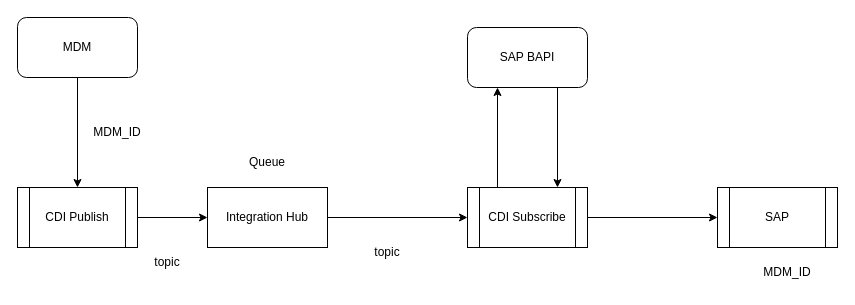
This is DSM.drawio from biswarup81/drawings, a draw.io file, before an edit. Source tidied: cells renumbered, new cells numbered last; positions are measured from the earlier drawing's top-left corner, leaving out a move shared by most shapes. Both pictures are drawn from the tidied source at 100%, with x=0, y=0 at pixel (17, 17).
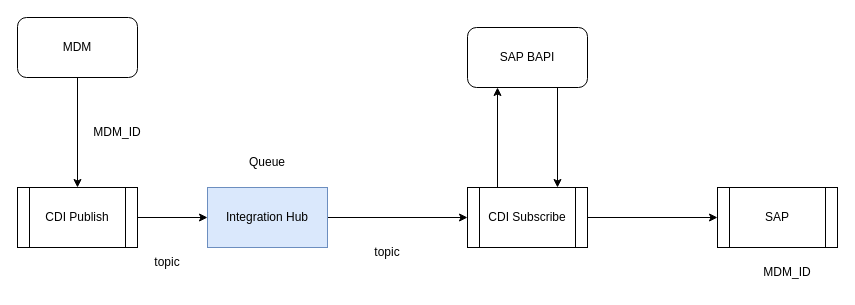
The same page after the edit.

Change to the diagram source:
```diff
@@
 <mxGraphModel>
   <root>
     <mxCell id="0" />
     <mxCell id="1" parent="0" />
     <mxCell id="2" style="edgeStyle=orthogonalEdgeStyle;rounded=0;jettySize=auto;html=1;" parent="1" edge="1" source="3" target="10">
       <mxGeometry relative="1" as="geometry" />
     </mxCell>
-    <mxCell id="3" value="Integration Hub" style="rounded=0;whiteSpace=wrap;html=1;" parent="1" vertex="1">
+    <mxCell id="3" value="Integration Hub" style="rounded=0;whiteSpace=wrap;html=1;fillColor=#dae8fc;strokeColor=#6c8ebf;" parent="1" vertex="1">
       <mxGeometry x="190" y="170" width="120" height="60" as="geometry" />
     </mxCell>
     <mxCell id="4" value="SAP" style="shape=process;whiteSpace=wrap;html=1;backgroundOutline=1;" parent="1" vertex="1">
       <mxGeometry x="700" y="170" width="120" height="60" as="geometry" />
     </mxCell>
     <mxCell id="5" style="edgeStyle=orthogonalEdgeStyle;rounded=0;jettySize=auto;html=1;" parent="1" edge="1" source="6" target="3">
       <mxGeometry relative="1" as="geometry" />
     </mxCell>
     <mxCell id="6" value="CDI Publish" style="shape=process;whiteSpace=wrap;html=1;backgroundOutline=1;" parent="1" vertex="1">
       <mxGeometry y="170" width="120" height="60" as="geometry" />
     </mxCell>
     <mxCell id="7" value="topic" style="text;html=1;align=center;verticalAlign=middle;whiteSpace=wrap;rounded=0;" parent="1" vertex="1">
       <mxGeometry x="120" y="230" width="60" height="30" as="geometry" />
     </mxCell>
     <mxCell id="8" style="edgeStyle=orthogonalEdgeStyle;rounded=0;jettySize=auto;html=1;exitX=0.25;exitY=0;exitDx=0;exitDy=0;entryX=0.25;entryY=1;entryDx=0;entryDy=0;" parent="1" edge="1" source="10" target="16">
       <mxGeometry relative="1" as="geometry" />
     </mxCell>
     <mxCell id="9" style="edgeStyle=orthogonalEdgeStyle;rounded=0;jettySize=auto;html=1;" parent="1" edge="1" source="10" target="4">
       <mxGeometry relative="1" as="geometry" />
     </mxCell>
     <mxCell id="10" value="CDI Subscribe" style="shape=process;whiteSpace=wrap;html=1;backgroundOutline=1;" parent="1" vertex="1">
       <mxGeometry x="450" y="170" width="120" height="60" as="geometry" />
     </mxCell>
     <mxCell id="11" value="topic" style="text;html=1;align=center;verticalAlign=middle;whiteSpace=wrap;rounded=0;" parent="1" vertex="1">
       <mxGeometry x="340" y="220" width="60" height="30" as="geometry" />
     </mxCell>
     <mxCell id="12" style="edgeStyle=orthogonalEdgeStyle;rounded=0;jettySize=auto;html=1;" parent="1" edge="1" source="13" target="6">
       <mxGeometry relative="1" as="geometry" />
     </mxCell>
     <mxCell id="13" value="MDM" style="rounded=1;whiteSpace=wrap;html=1;" parent="1" vertex="1">
       <mxGeometry width="120" height="60" as="geometry" />
     </mxCell>
     <mxCell id="14" value="MDM_ID" style="text;html=1;align=center;verticalAlign=middle;whiteSpace=wrap;rounded=0;" parent="1" vertex="1">
       <mxGeometry x="70" y="100" width="60" height="30" as="geometry" />
     </mxCell>
     <mxCell id="15" style="edgeStyle=orthogonalEdgeStyle;rounded=0;jettySize=auto;html=1;exitX=0.75;exitY=1;exitDx=0;exitDy=0;entryX=0.75;entryY=0;entryDx=0;entryDy=0;" parent="1" edge="1" source="16" target="10">
       <mxGeometry relative="1" as="geometry" />
     </mxCell>
     <mxCell id="16" value="SAP BAPI" style="rounded=1;whiteSpace=wrap;html=1;" parent="1" vertex="1">
       <mxGeometry x="450" y="10" width="120" height="60" as="geometry" />
     </mxCell>
     <mxCell id="17" value="MDM_ID" style="text;html=1;align=center;verticalAlign=middle;whiteSpace=wrap;rounded=0;" parent="1" vertex="1">
       <mxGeometry x="740" y="240" width="60" height="30" as="geometry" />
     </mxCell>
     <mxCell id="18" value="Queue" style="text;html=1;align=center;verticalAlign=middle;whiteSpace=wrap;rounded=0;" parent="1" vertex="1">
       <mxGeometry x="220" y="130" width="60" height="30" as="geometry" />
     </mxCell>
   </root>
 </mxGraphModel>
```
